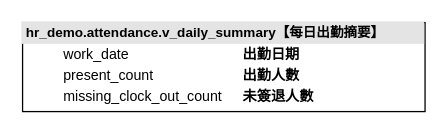
willson5127/Agents_Skills_WillsonWang keeps this draw.io diagram as docs/drawio/192.0.2.10【人事教學範例】/hr_demo/attendance/Views/hr_demo.attendance.v_daily_summary【每日出勤摘要】.drawio. Above is the earlier version. Source tidied: cells renumbered, new cells numbered last; positions are measured from the earlier drawing's top-left corner, leaving out a move shared by most shapes. Both pictures are drawn from the tidied source at 129%, with x=0, y=0 at pixel (22, 22).
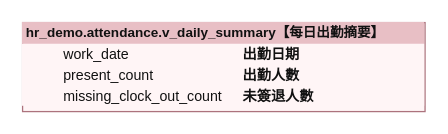
The same page after the edit.

What changed in the source:
```diff
@@
 <mxGraphModel>
   <root>
     <mxCell id="0" />
     <mxCell id="1" parent="0" />
-    <mxCell id="2" value="&lt;div style=&quot;box-sizing:border-box;width:100%;background:rgb(228,228,228);padding:2px 3px;font-size:10.5px;line-height:13px;white-space:nowrap&quot;&gt;&lt;b&gt;hr_demo.attendance.v_daily_summary【每日出勤摘要】&lt;/b&gt;&lt;/div&gt;&lt;table style=&quot;width:100%;table-layout:fixed;font-family:Arial;font-size:11px;line-height:14px&quot; cellpadding=&quot;1&quot; cellspacing=&quot;0&quot;&gt;&lt;colgroup&gt;&lt;col style=&quot;width:31px&quot;/&gt;&lt;col style=&quot;width:139px&quot;/&gt;&lt;col/&gt;&lt;/colgroup&gt;&lt;tbody&gt;&lt;tr&gt;&lt;td style=&quot;vertical-align:top;white-space:nowrap&quot;&gt;&lt;b&gt;&lt;/b&gt;&lt;/td&gt;&lt;td style=&quot;vertical-align:top;white-space:nowrap;padding-right:8px&quot; title=&quot;date · NULL NO | 虛構資料字典：examples/tablecard-demo.json | 中文名稱：既有註解&quot;&gt;work_date&lt;/td&gt;&lt;td style=&quot;vertical-align:top;white-space:normal;overflow-wrap:anywhere;word-break:break-all&quot; title=&quot;date · NULL NO | 虛構資料字典：examples/tablecard-demo.json | 中文名稱：既有註解&quot;&gt;&lt;b&gt;出勤日期&lt;/b&gt;&lt;/td&gt;&lt;/tr&gt;&lt;tr&gt;&lt;td style=&quot;vertical-align:top;white-space:nowrap&quot;&gt;&lt;b&gt;&lt;/b&gt;&lt;/td&gt;&lt;td style=&quot;vertical-align:top;white-space:nowrap;padding-right:8px&quot; title=&quot;int · NULL NO | 虛構資料字典：examples/tablecard-demo.json | 中文名稱：既有註解&quot;&gt;present_count&lt;/td&gt;&lt;td style=&quot;vertical-align:top;white-space:normal;overflow-wrap:anywhere;word-break:break-all&quot; title=&quot;int · NULL NO | 虛構資料字典：examples/tablecard-demo.json | 中文名稱：既有註解&quot;&gt;&lt;b&gt;出勤人數&lt;/b&gt;&lt;/td&gt;&lt;/tr&gt;&lt;tr&gt;&lt;td style=&quot;vertical-align:top;white-space:nowrap&quot;&gt;&lt;b&gt;&lt;/b&gt;&lt;/td&gt;&lt;td style=&quot;vertical-align:top;white-space:nowrap;padding-right:8px&quot; title=&quot;int · NULL NO | 虛構資料字典：examples/tablecard-demo.json | 中文名稱：既有註解&quot;&gt;missing_clock_out_count&lt;/td&gt;&lt;td style=&quot;vertical-align:top;white-space:normal;overflow-wrap:anywhere;word-break:break-all&quot; title=&quot;int · NULL NO | 虛構資料字典：examples/tablecard-demo.json | 中文名稱：既有註解&quot;&gt;&lt;b&gt;未簽退人數&lt;/b&gt;&lt;/td&gt;&lt;/tr&gt;&lt;/tbody&gt;&lt;/table&gt;" style="verticalAlign=top;align=left;overflow=fill;html=1;whiteSpace=wrap;fontFamily=Arial;fontSize=11;spacing=0;" parent="1" vertex="1">
+    <mxCell id="2" value="&lt;div style=&quot;box-sizing:border-box;width:100%;background:#E8BFC5;color:#111111;padding:2px 3px;font-size:10.5px;line-height:13px;white-space:nowrap&quot;&gt;&lt;b&gt;hr_demo.attendance.v_daily_summary【每日出勤摘要】&lt;/b&gt;&lt;/div&gt;&lt;table style=&quot;width:100%;background:#FFF5F6;color:#111111;table-layout:fixed;font-family:Arial;font-size:11px;line-height:14px&quot; cellpadding=&quot;1&quot; cellspacing=&quot;0&quot;&gt;&lt;colgroup&gt;&lt;col style=&quot;width:31px&quot;/&gt;&lt;col style=&quot;width:139px&quot;/&gt;&lt;col/&gt;&lt;/colgroup&gt;&lt;tbody&gt;&lt;tr&gt;&lt;td style=&quot;vertical-align:top;white-space:nowrap&quot;&gt;&lt;b&gt;&lt;/b&gt;&lt;/td&gt;&lt;td style=&quot;vertical-align:top;white-space:nowrap;padding-right:8px&quot; title=&quot;date · NULL NO | 虛構資料字典：examples/tablecard-demo.json | 中文名稱：既有註解&quot;&gt;work_date&lt;/td&gt;&lt;td style=&quot;vertical-align:top;white-space:normal;overflow-wrap:anywhere;word-break:break-all&quot; title=&quot;date · NULL NO | 虛構資料字典：examples/tablecard-demo.json | 中文名稱：既有註解&quot;&gt;&lt;b&gt;出勤日期&lt;/b&gt;&lt;/td&gt;&lt;/tr&gt;&lt;tr&gt;&lt;td style=&quot;vertical-align:top;white-space:nowrap&quot;&gt;&lt;b&gt;&lt;/b&gt;&lt;/td&gt;&lt;td style=&quot;vertical-align:top;white-space:nowrap;padding-right:8px&quot; title=&quot;int · NULL NO | 虛構資料字典：examples/tablecard-demo.json | 中文名稱：既有註解&quot;&gt;present_count&lt;/td&gt;&lt;td style=&quot;vertical-align:top;white-space:normal;overflow-wrap:anywhere;word-break:break-all&quot; title=&quot;int · NULL NO | 虛構資料字典：examples/tablecard-demo.json | 中文名稱：既有註解&quot;&gt;&lt;b&gt;出勤人數&lt;/b&gt;&lt;/td&gt;&lt;/tr&gt;&lt;tr&gt;&lt;td style=&quot;vertical-align:top;white-space:nowrap&quot;&gt;&lt;b&gt;&lt;/b&gt;&lt;/td&gt;&lt;td style=&quot;vertical-align:top;white-space:nowrap;padding-right:8px&quot; title=&quot;int · NULL NO | 虛構資料字典：examples/tablecard-demo.json | 中文名稱：既有註解&quot;&gt;missing_clock_out_count&lt;/td&gt;&lt;td style=&quot;vertical-align:top;white-space:normal;overflow-wrap:anywhere;word-break:break-all&quot; title=&quot;int · NULL NO | 虛構資料字典：examples/tablecard-demo.json | 中文名稱：既有註解&quot;&gt;&lt;b&gt;未簽退人數&lt;/b&gt;&lt;/td&gt;&lt;/tr&gt;&lt;/tbody&gt;&lt;/table&gt;" style="verticalAlign=top;align=left;overflow=fill;html=1;whiteSpace=wrap;fontFamily=Arial;fontSize=11;spacing=0;fillColor=#FFF5F6;strokeColor=#AC737D;fontColor=#111111;" parent="1" vertex="1">
       <mxGeometry width="312" height="69" as="geometry" />
     </mxCell>
   </root>
 </mxGraphModel>
```
